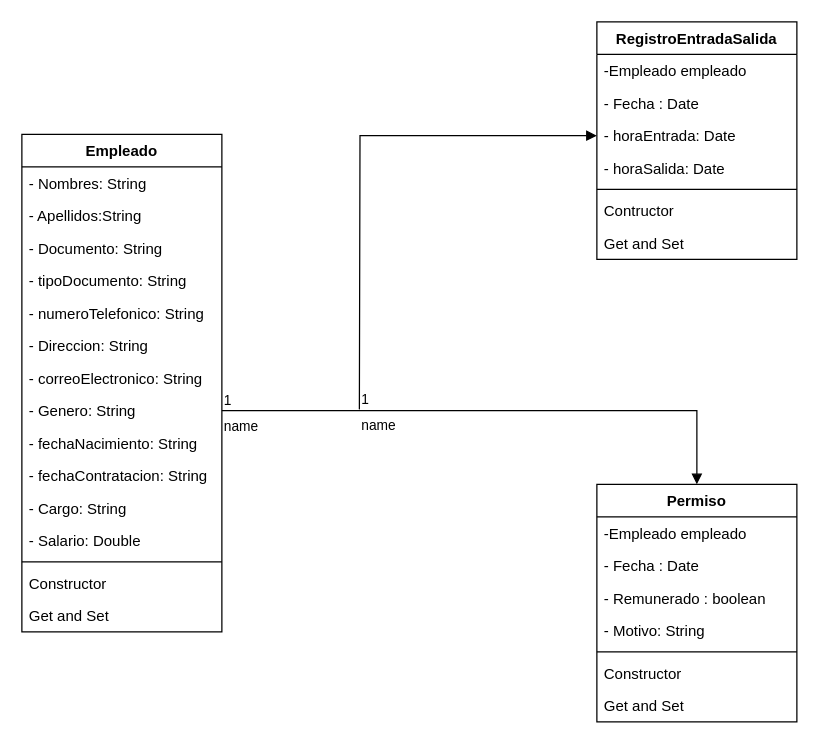
This is Diagrama de clases/GestionEmpleados.drawio from PACJ26/GestionEmpleados, a draw.io file, before an edit. Source tidied: cells renumbered, new cells numbered last; positions are measured from the earlier drawing's top-left corner, leaving out a move shared by most shapes. Both pictures are drawn from the tidied source at 125%, with x=0, y=0 at pixel (21, 21).
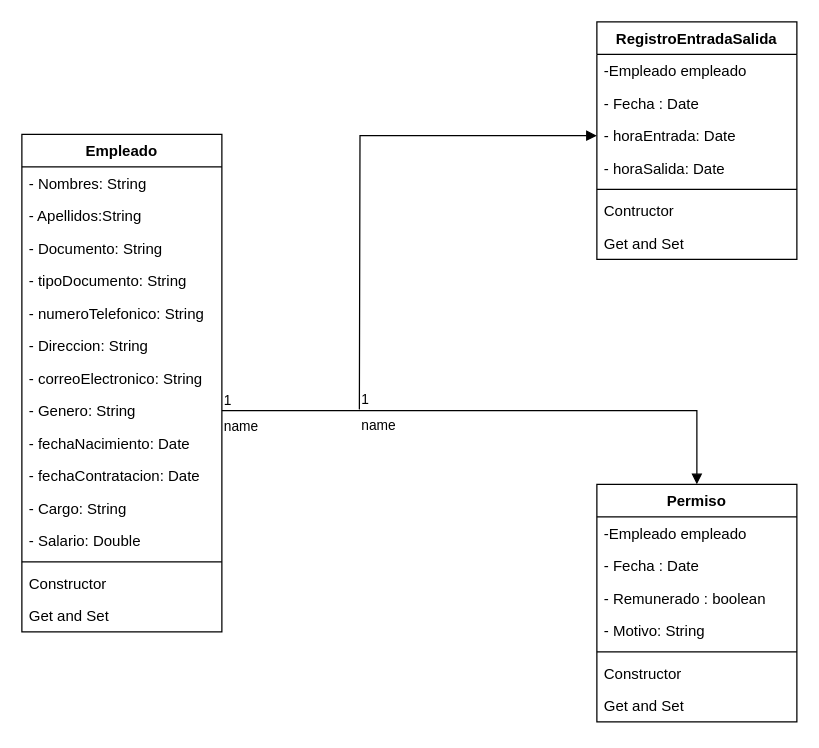
The same page after the edit.

Commit message:
se corrige las fechas de string a date

Unchanged cells that the change refers to:
```xml
<mxCell id="2" value="Empleado" style="swimlane;fontStyle=1;align=center;verticalAlign=top;horizontal=1;startSize=26;whiteSpace=wrap;html=1;" parent="1" vertex="1">
  <mxGeometry y="90" width="160" height="398" as="geometry" />
</mxCell>
```

The edit, as a diff of the source:
```diff
@@
-    <mxCell id="11" value="- fechaNacimiento: String" style="text;strokeColor=none;fillColor=none;align=left;verticalAlign=top;spacingLeft=4;spacingRight=4;overflow=hidden;whiteSpace=wrap;html=1;" parent="2" vertex="1">
+    <mxCell id="11" value="- fechaNacimiento: Date" style="text;strokeColor=none;fillColor=none;align=left;verticalAlign=top;spacingLeft=4;spacingRight=4;overflow=hidden;whiteSpace=wrap;html=1;" parent="2" vertex="1">
       <mxGeometry y="234" width="160" height="26" as="geometry" />
     </mxCell>
-    <mxCell id="12" value="- fechaContratacion: String" style="text;strokeColor=none;fillColor=none;align=left;verticalAlign=top;spacingLeft=4;spacingRight=4;overflow=hidden;whiteSpace=wrap;html=1;" parent="2" vertex="1">
+    <mxCell id="12" value="- fechaContratacion: Date" style="text;strokeColor=none;fillColor=none;align=left;verticalAlign=top;spacingLeft=4;spacingRight=4;overflow=hidden;whiteSpace=wrap;html=1;" parent="2" vertex="1">
       <mxGeometry y="260" width="160" height="26" as="geometry" />
     </mxCell>
```
